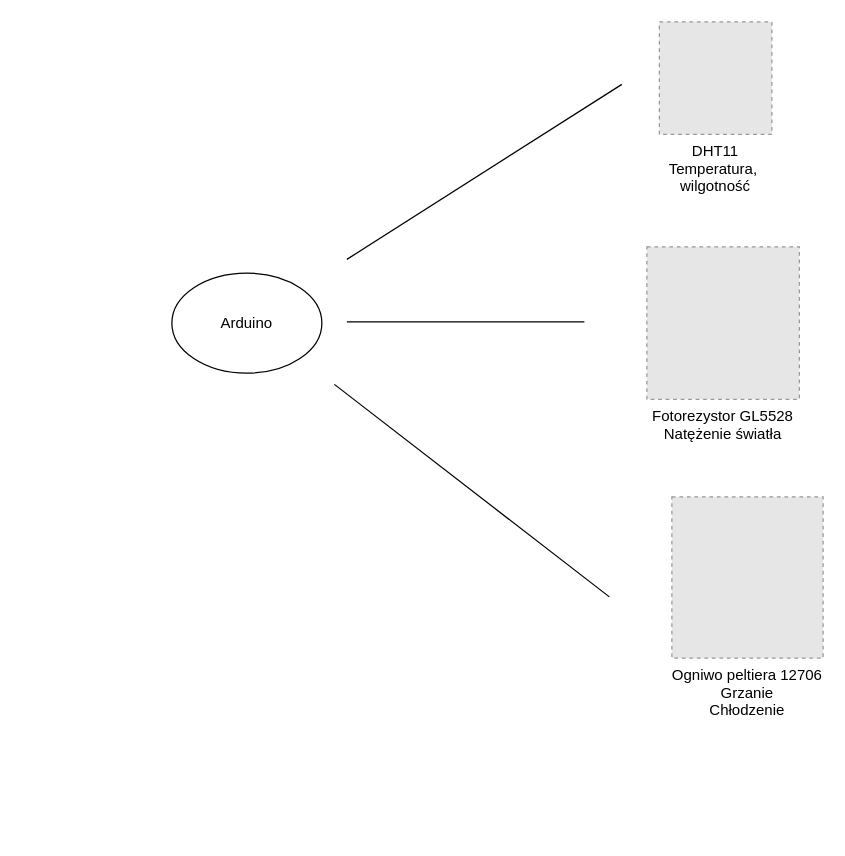
Before: Hardware/Schematy/Schemat_blokowy_hardware.drawio in abdarum/Szklarnia_projekt_zespolowy, a draw.io diagram. Source tidied: cells renumbered, new cells numbered last; positions are measured from the earlier drawing's top-left corner, leaving out a move shared by most shapes. Both pictures are drawn from the tidied source at 125%, with x=0, y=0 at pixel (171, 21). Pictures stored in the file or linked from it are replaced by grey dashed boxes.
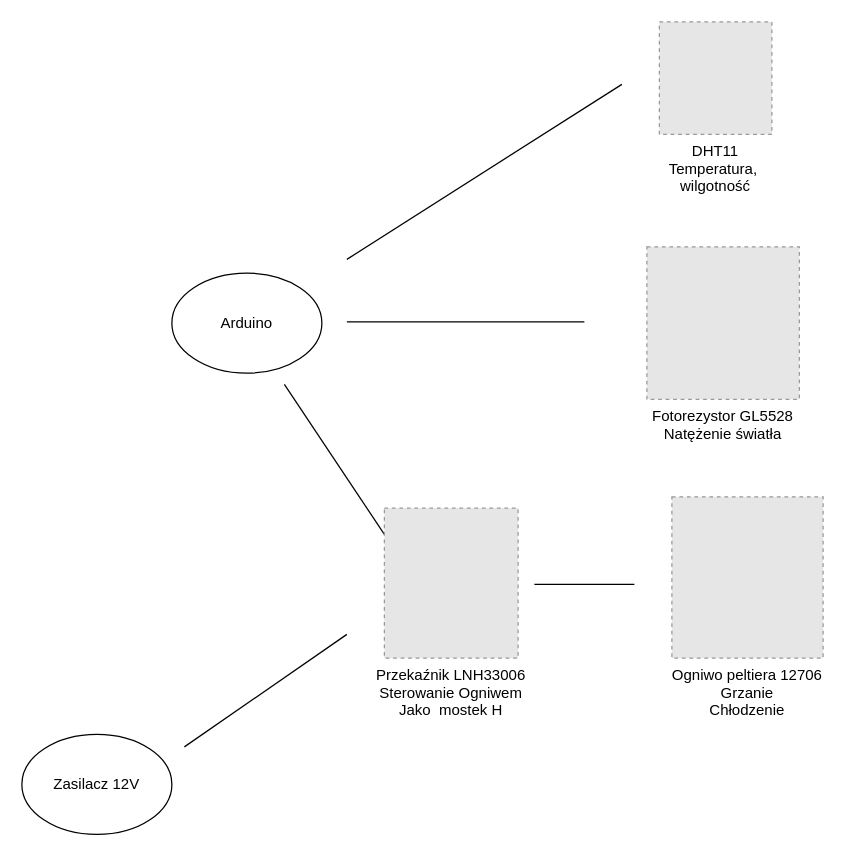
The same diagram, later.

Commit message:
block diagram hardware

What changed in the source:
```diff
@@
 <mxGraphModel>
   <root>
     <mxCell id="0" />
     <mxCell id="1" parent="0" />
     <mxCell id="2" value="DHT11&#10;Temperatura, &#10;wilgotność&#10;" style="fillColor=#E6E6E6;strokeColor=#999999;dashed=1;verticalLabelPosition=bottom;verticalAlign=top;" parent="1" vertex="1">
       <mxGeometry x="390" width="90" height="90" as="geometry" />
     </mxCell>
     <mxCell id="3" value="Fotorezystor GL5528&#10;Natężenie światła&#10;" style="fillColor=#E6E6E6;strokeColor=#999999;dashed=1;verticalLabelPosition=bottom;verticalAlign=top;" parent="1" vertex="1">
       <mxGeometry x="380" y="180" width="122" height="122" as="geometry" />
     </mxCell>
     <mxCell id="4" value="Ogniwo peltiera 12706&#10;Grzanie&#10;Chłodzenie&#10;" style="fillColor=#E6E6E6;strokeColor=#999999;dashed=1;verticalLabelPosition=bottom;verticalAlign=top;" parent="1" vertex="1">
       <mxGeometry x="400" y="380" width="121" height="129" as="geometry" />
     </mxCell>
     <mxCell id="5" value="Arduino" style="ellipse;whiteSpace=wrap;html=1;" parent="1" vertex="1">
       <mxGeometry y="201" width="120" height="80" as="geometry" />
     </mxCell>
     <mxCell id="6" style="endArrow=none;html=1;" parent="1" edge="1">
       <mxGeometry relative="1" as="geometry">
         <mxPoint x="140" y="190" as="sourcePoint" />
         <mxPoint x="360" y="50" as="targetPoint" />
       </mxGeometry>
     </mxCell>
     <mxCell id="7" style="endArrow=none;html=1;" parent="1" edge="1">
       <mxGeometry relative="1" as="geometry">
         <mxPoint x="140" y="240" as="sourcePoint" />
         <mxPoint x="330" y="240" as="targetPoint" />
       </mxGeometry>
     </mxCell>
     <mxCell id="8" style="endArrow=none;html=1;" parent="1" edge="1">
       <mxGeometry relative="1" as="geometry">
-        <mxPoint x="130" y="290" as="sourcePoint" />
-        <mxPoint x="350" y="460" as="targetPoint" />
+        <mxPoint x="90" y="290" as="sourcePoint" />
+        <mxPoint x="170" y="410" as="targetPoint" />
       </mxGeometry>
     </mxCell>
+    <mxCell id="9" value="Przekaźnik LNH33006&#10;Sterowanie Ogniwem&#10;Jako  mostek H&#10;" style="fillColor=#E6E6E6;strokeColor=#999999;dashed=1;verticalLabelPosition=bottom;verticalAlign=top;" parent="1" vertex="1">
+      <mxGeometry x="170" y="389" width="107" height="120" as="geometry" />
+    </mxCell>
+    <mxCell id="10" style="endArrow=none;html=1;" parent="1" edge="1">
+      <mxGeometry relative="1" as="geometry">
+        <mxPoint x="290" y="450" as="sourcePoint" />
+        <mxPoint x="370" y="450" as="targetPoint" />
+      </mxGeometry>
+    </mxCell>
+    <mxCell id="11" value="Zasilacz 12V" style="ellipse;whiteSpace=wrap;html=1;" parent="1" vertex="1">
+      <mxGeometry x="-120" y="570" width="120" height="80" as="geometry" />
+    </mxCell>
+    <mxCell id="12" style="endArrow=none;html=1;" parent="1" edge="1">
+      <mxGeometry relative="1" as="geometry">
+        <mxPoint x="10" y="580" as="sourcePoint" />
+        <mxPoint x="140" y="490" as="targetPoint" />
+      </mxGeometry>
+    </mxCell>
   </root>
 </mxGraphModel>
```
